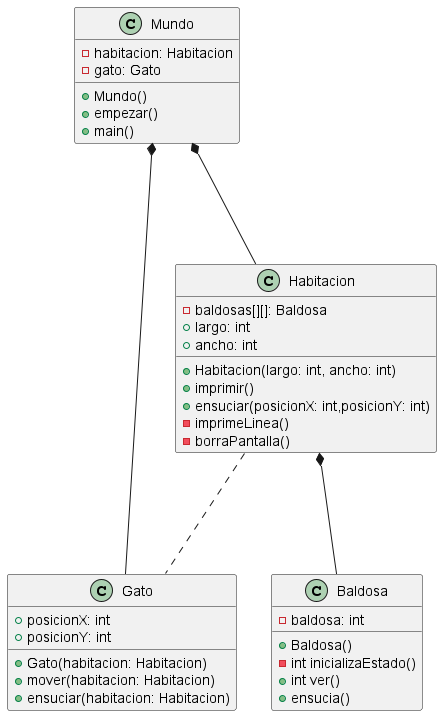
Earlier version of the PlantUML export out/diagrama001/diagrama001.png (mmasias/theWorld). Source of this version:
```plantuml
@startuml

class Mundo{
    - habitacion: Habitacion
    - gato: Gato
    + Mundo()
    + empezar()
    + main()
}

class Habitacion {
    - baldosas[][]: Baldosa
    + largo: int
    + ancho: int
    +Habitacion(largo: int, ancho: int)
    +imprimir()
    +ensuciar(posicionX: int,posicionY: int)
    -imprimeLinea()
    -borraPantalla()
}

class Baldosa{
    - baldosa: int
    + Baldosa()
    - int inicializaEstado()
    + int ver()
    + ensucia()
}

class Gato{
    + posicionX: int
    + posicionY: int
    + Gato(habitacion: Habitacion)
    + mover(habitacion: Habitacion)
    + ensuciar(habitacion: Habitacion)
}

Mundo *-D-- Habitacion
Mundo *-R--- Gato
Habitacion *-D-- Baldosa
Habitacion ... Gato

@enduml
```
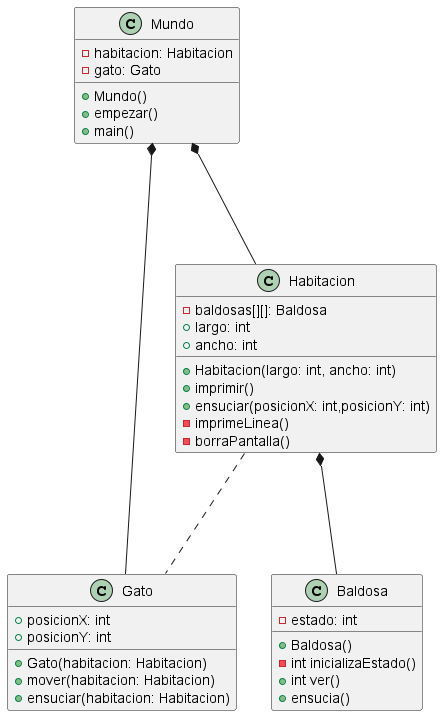
After the change.

Commit message:
refactorización de Baldosa para hacerla + legible

Diff of the diagram source:
```diff
@@ -20,7 +20,7 @@
 }
 
 class Baldosa{
-    - baldosa: int
+    - estado: int
     + Baldosa()
     - int inicializaEstado()
     + int ver()
```
